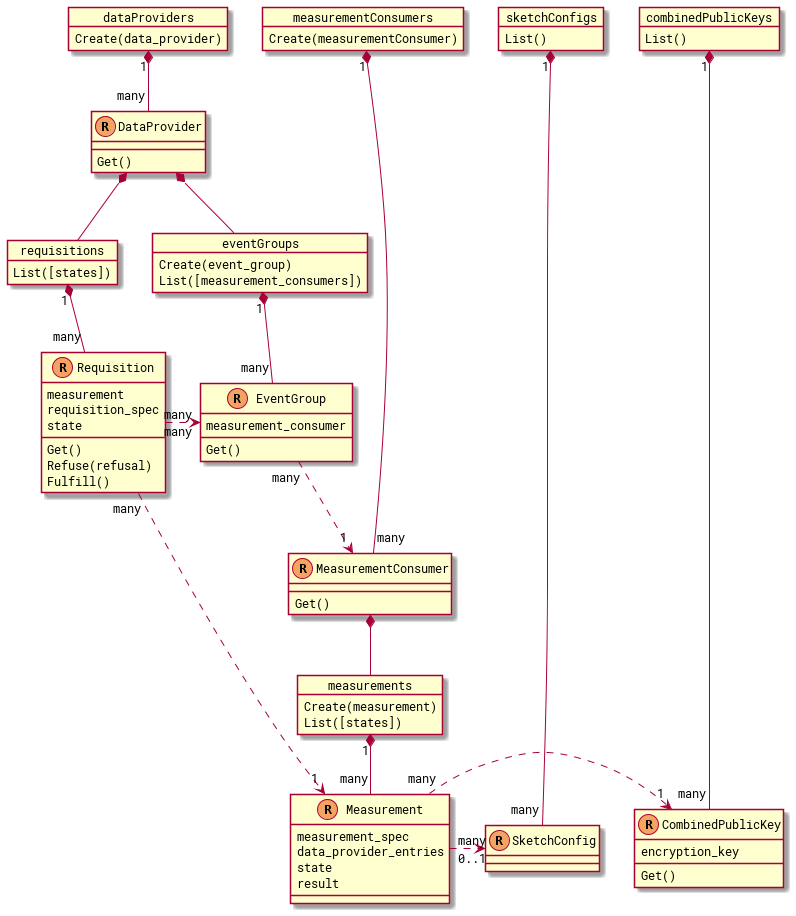
This is cross-media-measurement-api/docs/diagrams/api_resources.png from world-federation-of-advertisers/experimental, a PlantUML export, as it was before one commit. Its source is kept beside it as cross-media-measurement-api/docs/diagrams/api_resources.pu.
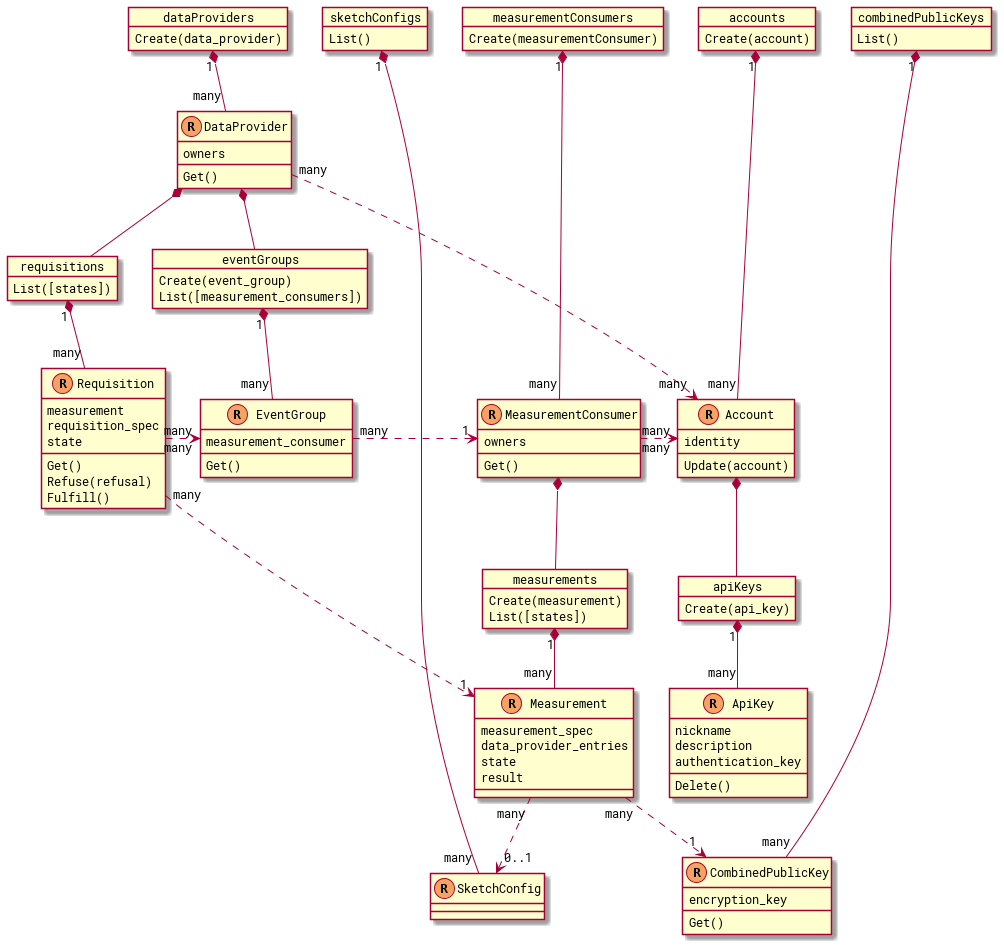
The same file after the commit.

Diff of the diagram source:
```diff
@@ -14,9 +14,11 @@
 }
 
 resource(DataProvider) {
+  owners
   Get()
 }
 resource(MeasurementConsumer) {
+  owners
   Get()
 }
 resource(SketchConfig) {
@@ -30,6 +32,10 @@
   data_provider_entries
   state
   result
+}
+resource(Account) {
+  identity
+  Update(account)
 }
 
 together {
@@ -45,6 +51,9 @@
   collection(combinedPublicKeys, CombinedPublicKey) {
     List()
   }
+  collection(accounts, Account) {
+    Create(account)
+  }
 }
 
 collection(requisitions, Requisition) {
@@ -57,6 +66,9 @@
 collection(measurements, Measurement) {
   Create(measurement)
   List([states])
+}
+collection(apiKeys, ApiKey) {
+  Create(api_key)
 }
 
 resource(Requisition) {
@@ -71,16 +83,26 @@
   measurement_consumer
   Get()
 }
+resource(ApiKey) {
+  nickname
+  description
+  authentication_key
+  Delete()
+}
 
 DataProvider *-- eventGroups
 DataProvider *-- requisitions
-EventGroup "many" ..> "1" MeasurementConsumer
+EventGroup "many" .> "1" MeasurementConsumer
 
 Requisition "many" .> "many" EventGroup
 Requisition "many" .> "1" Measurement
 
 MeasurementConsumer *-- measurements
-Measurement "many" .> "1" CombinedPublicKey
-Measurement "many" .> "0..1" SketchConfig
+Measurement "many" ..> "1" CombinedPublicKey
+Measurement "many" ..> "0..1" SketchConfig
+
+Account *-- apiKeys
+MeasurementConsumer "many" .> "many" Account
+DataProvider "many" .> "many" Account
 
 @enduml
```
